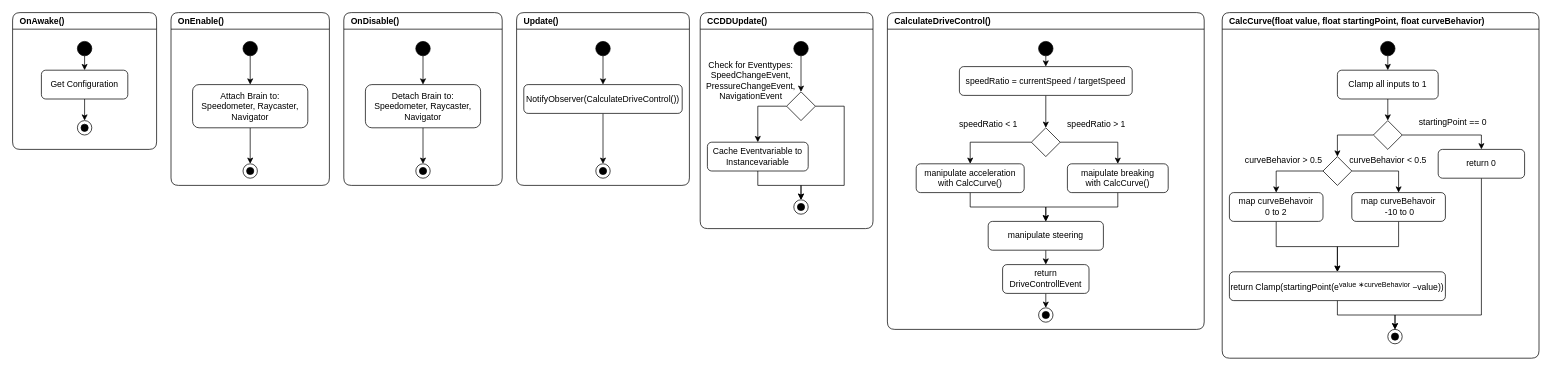
Earlier version of the draw.io diagram page "Brain" (2 of 5) of DrawIO/AblaufDiagramm.drawio (FinnReimann/CarCarDriveDrive). Source tidied: cells renumbered, new cells numbered last; positions are measured from the earlier drawing's top-left corner, leaving out a move shared by most shapes. Both pictures are drawn from the tidied source at 72%, with x=0, y=0 at pixel (12, 12).
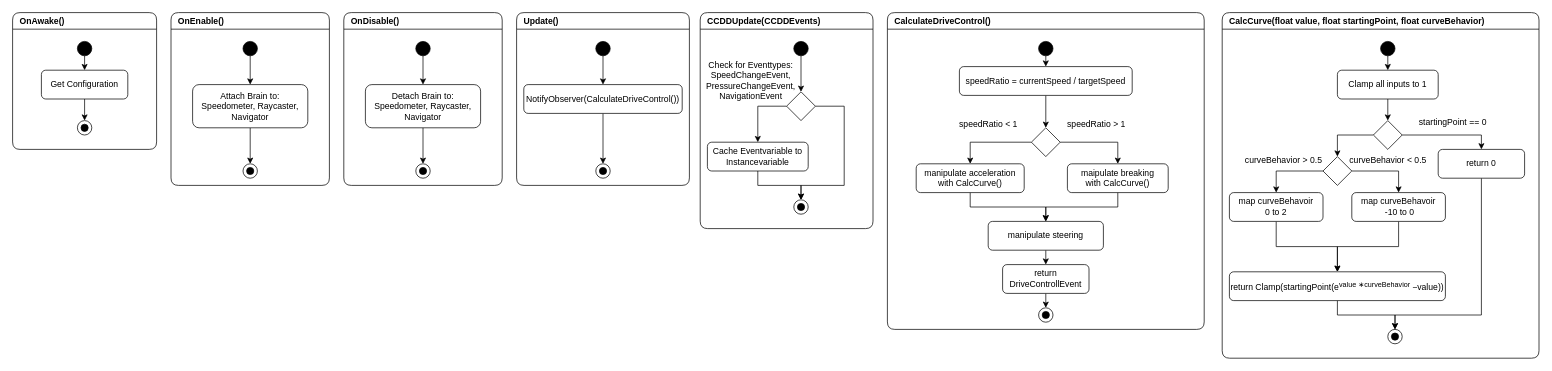
The same diagram, later.

The edit, as a diff of the source:
```diff
@@
-    <mxCell id="23" value="CCDDUpdate()" style="swimlane;startSize=23;rounded=1;align=left;swimlaneLine=1;verticalAlign=middle;horizontal=1;labelPosition=center;verticalLabelPosition=middle;labelBorderColor=none;spacingLeft=8;" parent="1" vertex="1">
+    <mxCell id="23" value="CCDDUpdate(CCDDEvents)" style="swimlane;startSize=23;rounded=1;align=left;swimlaneLine=1;verticalAlign=middle;horizontal=1;labelPosition=center;verticalLabelPosition=middle;labelBorderColor=none;spacingLeft=8;" parent="1" vertex="1">
       <mxGeometry x="955" width="240" height="300" as="geometry" />
     </mxCell>
```
